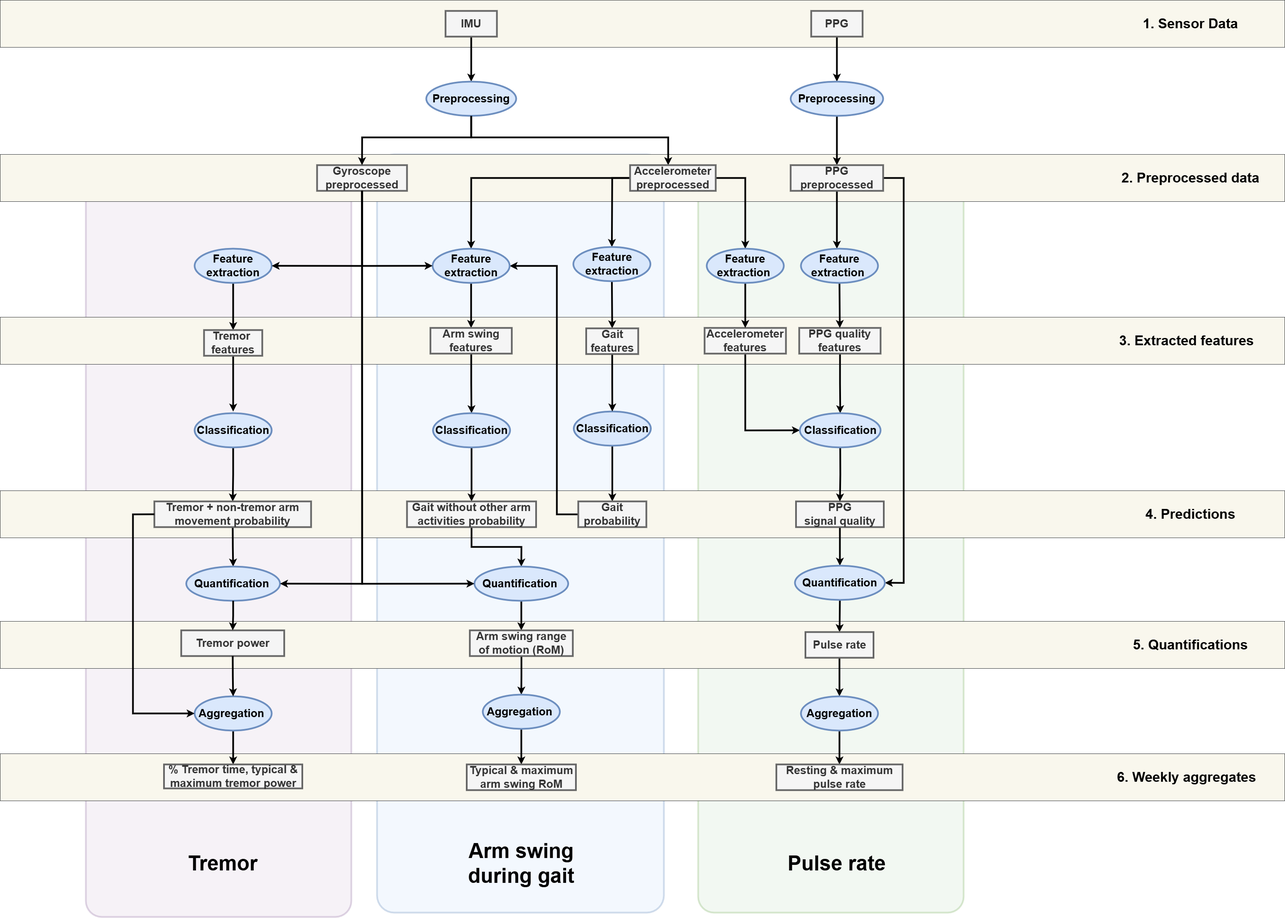
Before: docs/source/_static/img/pipeline-architecture.png, a diagram exported from draw.io (biomarkersParkinson/paradigma). Source tidied: cells renumbered, new cells last; positions are measured from the earlier drawing's top-left corner, leaving out a move shared by most shapes.
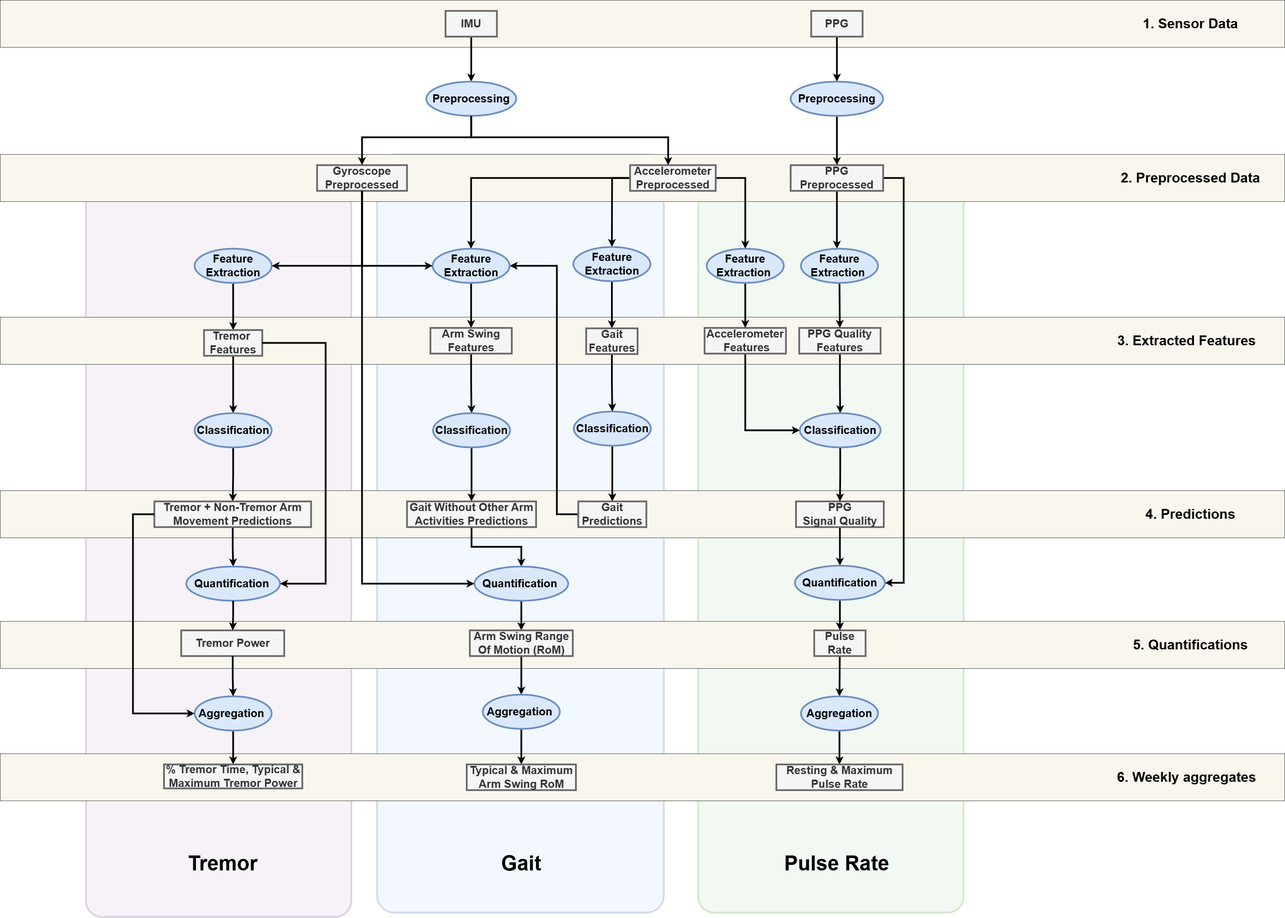
After the commit.

Commit message:
Change probability to predictions and update arrows in tremor pipeline

The edit, as a diff of the source:
```diff
@@ -73,3 +73,3 @@
     </mxCell>
-    <mxCell id="22" value="Accelerometer&lt;br&gt;preprocessed" style="rounded=0;whiteSpace=wrap;html=1;fontSize=26;fillColor=#f5f5f5;strokeColor=#666666;fontColor=#333333;fontStyle=1;strokeWidth=4;" parent="1" vertex="1">
+    <mxCell id="22" value="Accelerometer&lt;br&gt;Preprocessed" style="rounded=0;whiteSpace=wrap;html=1;fontSize=26;fillColor=#f5f5f5;strokeColor=#666666;fontColor=#333333;fontStyle=1;strokeWidth=4;" parent="1" vertex="1">
       <mxGeometry x="1471" y="385" width="200" height="60" as="geometry" />
@@ -91,3 +91,3 @@
     </mxCell>
-    <mxCell id="25" value="PPG&lt;br&gt;preprocessed" style="rounded=0;whiteSpace=wrap;html=1;fontSize=26;fillColor=#f5f5f5;fontColor=#333333;strokeColor=#666666;fontStyle=1;strokeWidth=4;" parent="1" vertex="1">
+    <mxCell id="25" value="PPG&lt;br&gt;Preprocessed" style="rounded=0;whiteSpace=wrap;html=1;fontSize=26;fillColor=#f5f5f5;fontColor=#333333;strokeColor=#666666;fontStyle=1;strokeWidth=4;" parent="1" vertex="1">
       <mxGeometry x="1846" y="385" width="216" height="60" as="geometry" />
@@ -101,3 +101,3 @@
     </mxCell>
-    <mxCell id="27" value="PPG&lt;br&gt;signal quality" style="rounded=0;whiteSpace=wrap;html=1;fontSize=26;fillColor=#f5f5f5;strokeColor=#666666;fontStyle=1;strokeWidth=4;fontColor=#333333;" parent="1" vertex="1">
+    <mxCell id="27" value="PPG&lt;br&gt;Signal Quality" style="rounded=0;whiteSpace=wrap;html=1;fontSize=26;fillColor=#f5f5f5;strokeColor=#666666;fontStyle=1;strokeWidth=4;fontColor=#333333;" parent="1" vertex="1">
       <mxGeometry x="1858.5" y="1170" width="205" height="60" as="geometry" />
@@ -119,3 +119,3 @@
     </mxCell>
-    <mxCell id="33" value="Resting &amp;amp; maximum pulse rate" style="rounded=0;whiteSpace=wrap;html=1;fontSize=26;fillColor=#f5f5f5;strokeColor=#666666;fontStyle=1;strokeWidth=4;fontColor=#333333;" parent="1" vertex="1">
+    <mxCell id="33" value="Resting &amp;amp; Maximum Pulse Rate" style="rounded=0;whiteSpace=wrap;html=1;fontSize=26;fillColor=#f5f5f5;strokeColor=#666666;fontStyle=1;strokeWidth=4;fontColor=#333333;" parent="1" vertex="1">
       <mxGeometry x="1812.6" y="1784" width="294.8" height="60" as="geometry" />
@@ -136,3 +136,3 @@
     </mxCell>
-    <mxCell id="37" value="Gait &lt;br&gt;probability" style="rounded=0;whiteSpace=wrap;html=1;fontSize=26;fillColor=#f5f5f5;strokeColor=#666666;fontStyle=1;strokeWidth=4;fontColor=#333333;" parent="1" vertex="1">
+    <mxCell id="37" value="Gait &lt;br&gt;Predictions" style="rounded=0;whiteSpace=wrap;html=1;fontSize=26;fillColor=#f5f5f5;strokeColor=#666666;fontStyle=1;strokeWidth=4;fontColor=#333333;" parent="1" vertex="1">
       <mxGeometry x="1350" y="1170" width="159" height="60" as="geometry" />
@@ -142,3 +142,3 @@
     </mxCell>
-    <mxCell id="39" value="Feature extraction" style="ellipse;whiteSpace=wrap;html=1;fontSize=26;fontStyle=1;strokeWidth=4;fillColor=#dae8fc;strokeColor=#6c8ebf;" parent="1" vertex="1">
+    <mxCell id="39" value="Feature Extraction" style="ellipse;whiteSpace=wrap;html=1;fontSize=26;fontStyle=1;strokeWidth=4;fillColor=#dae8fc;strokeColor=#6c8ebf;" parent="1" vertex="1">
       <mxGeometry x="1338.5" y="576" width="180" height="80" as="geometry" />
@@ -148,3 +148,3 @@
     </mxCell>
-    <mxCell id="41" value="PPG quality features" style="rounded=0;whiteSpace=wrap;html=1;fontSize=26;fillColor=#f5f5f5;strokeColor=#666666;fontColor=#333333;fontStyle=1;strokeWidth=4;" parent="1" vertex="1">
+    <mxCell id="41" value="PPG Quality Features" style="rounded=0;whiteSpace=wrap;html=1;fontSize=26;fillColor=#f5f5f5;strokeColor=#666666;fontColor=#333333;fontStyle=1;strokeWidth=4;" parent="1" vertex="1">
       <mxGeometry x="1866" y="765" width="190" height="60" as="geometry" />
@@ -154,3 +154,3 @@
     </mxCell>
-    <mxCell id="43" value="Feature extraction&amp;nbsp;" style="ellipse;whiteSpace=wrap;html=1;fontSize=26;fontStyle=1;strokeWidth=4;fillColor=#dae8fc;strokeColor=#6c8ebf;" parent="1" vertex="1">
+    <mxCell id="43" value="Feature Extraction&amp;nbsp;" style="ellipse;whiteSpace=wrap;html=1;fontSize=26;fontStyle=1;strokeWidth=4;fillColor=#dae8fc;strokeColor=#6c8ebf;" parent="1" vertex="1">
       <mxGeometry x="1870" y="580" width="180" height="80" as="geometry" />
@@ -164,3 +164,3 @@
     </mxCell>
-    <mxCell id="45" value="Accelerometer&lt;div&gt;features&lt;/div&gt;" style="rounded=0;whiteSpace=wrap;html=1;fontSize=26;fillColor=#f5f5f5;strokeColor=#666666;fontColor=#333333;fontStyle=1;strokeWidth=4;" parent="1" vertex="1">
+    <mxCell id="45" value="Accelerometer&lt;div&gt;&amp;nbsp;Features&lt;/div&gt;" style="rounded=0;whiteSpace=wrap;html=1;fontSize=26;fillColor=#f5f5f5;strokeColor=#666666;fontColor=#333333;fontStyle=1;strokeWidth=4;" parent="1" vertex="1">
       <mxGeometry x="1645" y="765" width="190" height="60" as="geometry" />
@@ -170,3 +170,3 @@
     </mxCell>
-    <mxCell id="47" value="Feature extraction&amp;nbsp;" style="ellipse;whiteSpace=wrap;html=1;fontSize=26;fontStyle=1;strokeWidth=4;fillColor=#dae8fc;strokeColor=#6c8ebf;" parent="1" vertex="1">
+    <mxCell id="47" value="Feature Extraction&amp;nbsp;" style="ellipse;whiteSpace=wrap;html=1;fontSize=26;fontStyle=1;strokeWidth=4;fillColor=#dae8fc;strokeColor=#6c8ebf;" parent="1" vertex="1">
       <mxGeometry x="1650" y="580" width="180" height="80" as="geometry" />
@@ -176,3 +176,3 @@
     </mxCell>
-    <mxCell id="49" value="Feature extraction" style="ellipse;whiteSpace=wrap;html=1;fontSize=26;fontStyle=1;strokeWidth=4;fillColor=#dae8fc;strokeColor=#6c8ebf;" parent="1" vertex="1">
+    <mxCell id="49" value="Feature Extraction" style="ellipse;whiteSpace=wrap;html=1;fontSize=26;fontStyle=1;strokeWidth=4;fillColor=#dae8fc;strokeColor=#6c8ebf;" parent="1" vertex="1">
       <mxGeometry x="1009.8" y="580" width="180" height="80" as="geometry" />
@@ -182,3 +182,3 @@
     </mxCell>
-    <mxCell id="51" value="Arm swing features" style="rounded=0;whiteSpace=wrap;html=1;fontSize=26;fillColor=#f5f5f5;strokeColor=#666666;fontStyle=1;strokeWidth=4;fontColor=#333333;" parent="1" vertex="1">
+    <mxCell id="51" value="Arm Swing Features" style="rounded=0;whiteSpace=wrap;html=1;fontSize=26;fillColor=#f5f5f5;strokeColor=#666666;fontStyle=1;strokeWidth=4;fontColor=#333333;" parent="1" vertex="1">
       <mxGeometry x="1004.8" y="765" width="190" height="60" as="geometry" />
@@ -194,3 +194,3 @@
     </mxCell>
-    <mxCell id="55" value="Gait without other arm activities probability" style="rounded=0;whiteSpace=wrap;html=1;fontSize=26;fillColor=#f5f5f5;strokeColor=#666666;fontStyle=1;strokeWidth=4;fontColor=#333333;" parent="1" vertex="1">
+    <mxCell id="55" value="Gait Without Other Arm Activities Predictions" style="rounded=0;whiteSpace=wrap;html=1;fontSize=26;fillColor=#f5f5f5;strokeColor=#666666;fontStyle=1;strokeWidth=4;fontColor=#333333;" parent="1" vertex="1">
       <mxGeometry x="950" y="1170" width="301.5" height="60" as="geometry" />
@@ -206,3 +206,3 @@
     </mxCell>
-    <mxCell id="59" value="Arm swing range of motion (RoM)" style="rounded=0;whiteSpace=wrap;html=1;fontSize=26;fillColor=#f5f5f5;strokeColor=#666666;fontStyle=1;strokeWidth=4;fontColor=#333333;" parent="1" vertex="1">
+    <mxCell id="59" value="Arm Swing Range Of Motion (RoM)" style="rounded=0;whiteSpace=wrap;html=1;fontSize=26;fillColor=#f5f5f5;strokeColor=#666666;fontStyle=1;strokeWidth=4;fontColor=#333333;" parent="1" vertex="1">
       <mxGeometry x="1096.8" y="1471" width="240.5" height="60" as="geometry" />
@@ -215,7 +215,7 @@
     </mxCell>
-    <mxCell id="62" value="Typical &amp;amp; maximum arm swing RoM" style="rounded=0;whiteSpace=wrap;html=1;fontSize=26;fillColor=#f5f5f5;strokeColor=#666666;fontStyle=1;strokeWidth=4;fontColor=#333333;" parent="1" vertex="1">
+    <mxCell id="62" value="Typical &amp;amp; Maximum Arm Swing RoM" style="rounded=0;whiteSpace=wrap;html=1;fontSize=26;fillColor=#f5f5f5;strokeColor=#666666;fontStyle=1;strokeWidth=4;fontColor=#333333;" parent="1" vertex="1">
       <mxGeometry x="1089.5" y="1784" width="255" height="60" as="geometry" />
     </mxCell>
-    <mxCell id="63" value="Pulse rate" style="rounded=0;whiteSpace=wrap;html=1;fontSize=26;fillColor=#f5f5f5;strokeColor=#666666;fontStyle=1;strokeWidth=4;fontColor=#333333;" parent="1" vertex="1">
-      <mxGeometry x="1880.5" y="1475" width="159" height="60" as="geometry" />
+    <mxCell id="63" value="Pulse Rate" style="rounded=0;whiteSpace=wrap;html=1;fontSize=26;fillColor=#f5f5f5;strokeColor=#666666;fontStyle=1;strokeWidth=4;fontColor=#333333;" parent="1" vertex="1">
+      <mxGeometry x="1901" y="1471" width="120" height="60" as="geometry" />
     </mxCell>
@@ -227,3 +227,3 @@
     </mxCell>
-    <mxCell id="66" value="Gyroscope&lt;br&gt;preprocessed" style="rounded=0;whiteSpace=wrap;html=1;fontSize=26;fillColor=#f5f5f5;strokeColor=#666666;fontColor=#333333;fontStyle=1;strokeWidth=4;" parent="1" vertex="1">
+    <mxCell id="66" value="Gyroscope&lt;br&gt;Preprocessed" style="rounded=0;whiteSpace=wrap;html=1;fontSize=26;fillColor=#f5f5f5;strokeColor=#666666;fontColor=#333333;fontStyle=1;strokeWidth=4;" parent="1" vertex="1">
       <mxGeometry x="740" y="385" width="210" height="60" as="geometry" />
@@ -233,3 +233,3 @@
     </mxCell>
-    <mxCell id="68" value="Feature extraction" style="ellipse;whiteSpace=wrap;html=1;fontSize=26;fontStyle=1;strokeWidth=4;fillColor=#dae8fc;strokeColor=#6c8ebf;" parent="1" vertex="1">
+    <mxCell id="68" value="Feature Extraction" style="ellipse;whiteSpace=wrap;html=1;fontSize=26;fontStyle=1;strokeWidth=4;fillColor=#dae8fc;strokeColor=#6c8ebf;" parent="1" vertex="1">
       <mxGeometry x="454" y="580" width="180" height="80" as="geometry" />
@@ -247,3 +247,3 @@
     </mxCell>
-    <mxCell id="71" value="Tremor&amp;nbsp;&lt;div&gt;features&lt;/div&gt;" style="rounded=0;whiteSpace=wrap;html=1;fontSize=26;fillColor=#f5f5f5;strokeColor=#666666;fontStyle=1;strokeWidth=4;fontColor=#333333;" parent="1" vertex="1">
+    <mxCell id="71" value="Tremor&amp;nbsp;&lt;div&gt;Features&lt;/div&gt;" style="rounded=0;whiteSpace=wrap;html=1;fontSize=26;fillColor=#f5f5f5;strokeColor=#666666;fontStyle=1;strokeWidth=4;fontColor=#333333;" parent="1" vertex="1">
       <mxGeometry x="476" y="770" width="136" height="60" as="geometry" />
@@ -253,4 +253,4 @@
     </mxCell>
-    <mxCell id="73" value="Gait &lt;br&gt;features" style="rounded=0;whiteSpace=wrap;html=1;fontSize=26;fillColor=#f5f5f5;strokeColor=#666666;fontStyle=1;strokeWidth=4;fontColor=#333333;" parent="1" vertex="1">
-      <mxGeometry x="1368.5" y="766" width="121.5" height="60" as="geometry" />
+    <mxCell id="73" value="Gait &lt;br&gt;Features" style="rounded=0;whiteSpace=wrap;html=1;fontSize=26;fillColor=#f5f5f5;strokeColor=#666666;fontStyle=1;strokeWidth=4;fontColor=#333333;" parent="1" vertex="1">
+      <mxGeometry x="1368.5" y="766" width="120" height="60" as="geometry" />
     </mxCell>
@@ -265,3 +265,3 @@
     </mxCell>
-    <mxCell id="77" value="Tremor + non-tremor arm movement probability" style="rounded=0;whiteSpace=wrap;html=1;fontSize=26;fillColor=#f5f5f5;strokeColor=#666666;fontStyle=1;strokeWidth=4;fontColor=#333333;" parent="1" vertex="1">
+    <mxCell id="77" value="Tremor + Non-Tremor Arm Movement Predictions" style="rounded=0;whiteSpace=wrap;html=1;fontSize=26;fillColor=#f5f5f5;strokeColor=#666666;fontStyle=1;strokeWidth=4;fontColor=#333333;" parent="1" vertex="1">
       <mxGeometry x="360" y="1170" width="366" height="60" as="geometry" />
@@ -274,3 +274,3 @@
     </mxCell>
-    <mxCell id="80" value="% Tremor time, typical &amp;amp; maximum tremor power" style="rounded=0;whiteSpace=wrap;html=1;fontSize=26;fillColor=#f5f5f5;strokeColor=#666666;fontStyle=1;strokeWidth=4;fontColor=#333333;" parent="1" vertex="1">
+    <mxCell id="80" value="% Tremor Time, Typical &amp;amp; Maximum Tremor Power" style="rounded=0;whiteSpace=wrap;html=1;fontSize=26;fillColor=#f5f5f5;strokeColor=#666666;fontStyle=1;strokeWidth=4;fontColor=#333333;" parent="1" vertex="1">
       <mxGeometry x="382.5" y="1784" width="323" height="56" as="geometry" />
@@ -280,6 +280,6 @@
     </mxCell>
-    <mxCell id="82" value="&lt;font style=&quot;font-size: 48px;&quot;&gt;&lt;span&gt;Arm swing during gait&lt;/span&gt;&lt;/font&gt;" style="text;html=1;strokeColor=none;fillColor=none;align=center;verticalAlign=middle;whiteSpace=wrap;rounded=0;fontStyle=1;strokeWidth=4;" parent="1" vertex="1">
+    <mxCell id="82" value="&lt;font style=&quot;font-size: 48px;&quot;&gt;&lt;span&gt;Gait&lt;/span&gt;&lt;/font&gt;" style="text;html=1;strokeColor=none;fillColor=none;align=center;verticalAlign=middle;whiteSpace=wrap;rounded=0;fontStyle=1;strokeWidth=4;" parent="1" vertex="1">
       <mxGeometry x="1087" y="1970" width="260" height="90" as="geometry" />
     </mxCell>
-    <mxCell id="83" value="&lt;font style=&quot;font-size: 48px;&quot;&gt;&lt;span&gt;Pulse rate&lt;/span&gt;&lt;/font&gt;" style="text;html=1;strokeColor=none;fillColor=none;align=center;verticalAlign=middle;whiteSpace=wrap;rounded=0;fontStyle=1;strokeWidth=4;" parent="1" vertex="1">
+    <mxCell id="83" value="&lt;font style=&quot;font-size: 48px;&quot;&gt;&lt;span&gt;Pulse Rate&lt;/span&gt;&lt;/font&gt;" style="text;html=1;strokeColor=none;fillColor=none;align=center;verticalAlign=middle;whiteSpace=wrap;rounded=0;fontStyle=1;strokeWidth=4;" parent="1" vertex="1">
       <mxGeometry x="1699" y="1970" width="510" height="90" as="geometry" />
@@ -289,6 +289,6 @@
     </mxCell>
-    <mxCell id="85" value="&lt;span style=&quot;font-size: 32px;&quot;&gt;&lt;span style=&quot;font-size: 32px;&quot;&gt;2. Preprocessed data&lt;br style=&quot;font-size: 32px;&quot;&gt;&lt;/span&gt;&lt;/span&gt;" style="text;html=1;strokeColor=none;fillColor=none;align=center;verticalAlign=middle;whiteSpace=wrap;rounded=0;fontSize=32;fontStyle=1;strokeWidth=4;" parent="1" vertex="1">
+    <mxCell id="85" value="&lt;span style=&quot;font-size: 32px;&quot;&gt;&lt;span style=&quot;font-size: 32px;&quot;&gt;2. Preprocessed Data&lt;br style=&quot;font-size: 32px;&quot;&gt;&lt;/span&gt;&lt;/span&gt;" style="text;html=1;strokeColor=none;fillColor=none;align=center;verticalAlign=middle;whiteSpace=wrap;rounded=0;fontSize=32;fontStyle=1;strokeWidth=4;" parent="1" vertex="1">
       <mxGeometry x="2600" y="370" width="360" height="90" as="geometry" />
     </mxCell>
-    <mxCell id="86" value="&lt;span style=&quot;font-size: 32px;&quot;&gt;&lt;span style=&quot;font-size: 32px;&quot;&gt;3. Extracted features&lt;br style=&quot;font-size: 32px;&quot;&gt;&lt;/span&gt;&lt;/span&gt;" style="text;html=1;strokeColor=none;fillColor=none;align=center;verticalAlign=middle;whiteSpace=wrap;rounded=0;fontSize=32;fontStyle=1;strokeWidth=4;" parent="1" vertex="1">
+    <mxCell id="86" value="&lt;span style=&quot;font-size: 32px;&quot;&gt;&lt;span style=&quot;font-size: 32px;&quot;&gt;3. Extracted Features&lt;br style=&quot;font-size: 32px;&quot;&gt;&lt;/span&gt;&lt;/span&gt;" style="text;html=1;strokeColor=none;fillColor=none;align=center;verticalAlign=middle;whiteSpace=wrap;rounded=0;fontSize=32;fontStyle=1;strokeWidth=4;" parent="1" vertex="1">
       <mxGeometry x="2591" y="750" width="360" height="90" as="geometry" />
@@ -310,3 +310,3 @@
     </mxCell>
-    <mxCell id="92" value="Tremor power" style="rounded=0;whiteSpace=wrap;html=1;fontSize=26;fillColor=#f5f5f5;strokeColor=#666666;fontStyle=1;strokeWidth=4;fontColor=#333333;" parent="1" vertex="1">
+    <mxCell id="92" value="Tremor Power" style="rounded=0;whiteSpace=wrap;html=1;fontSize=26;fillColor=#f5f5f5;strokeColor=#666666;fontStyle=1;strokeWidth=4;fontColor=#333333;" parent="1" vertex="1">
       <mxGeometry x="422.8" y="1471" width="240.5" height="60" as="geometry" />
@@ -322,4 +322,9 @@
     </mxCell>
-    <mxCell id="96" style="edgeStyle=orthogonalEdgeStyle;rounded=0;jettySize=auto;html=1;strokeWidth=4;fontStyle=1;entryX=1;entryY=0.5;entryDx=0;entryDy=0;exitX=0.5;exitY=1;exitDx=0;exitDy=0;" parent="1" edge="1" source="66" target="94">
-      <mxGeometry relative="1" as="geometry" />
+    <mxCell id="96" style="edgeStyle=orthogonalEdgeStyle;rounded=0;jettySize=auto;html=1;strokeWidth=4;fontStyle=1;entryX=1;entryY=0.5;entryDx=0;entryDy=0;exitX=1;exitY=0.5;exitDx=0;exitDy=0;" parent="1" edge="1" source="71" target="94">
+      <mxGeometry relative="1" as="geometry">
+        <Array as="points">
+          <mxPoint x="760" y="800" />
+          <mxPoint x="760" y="1362" />
+        </Array>
+      </mxGeometry>
     </mxCell>
```
